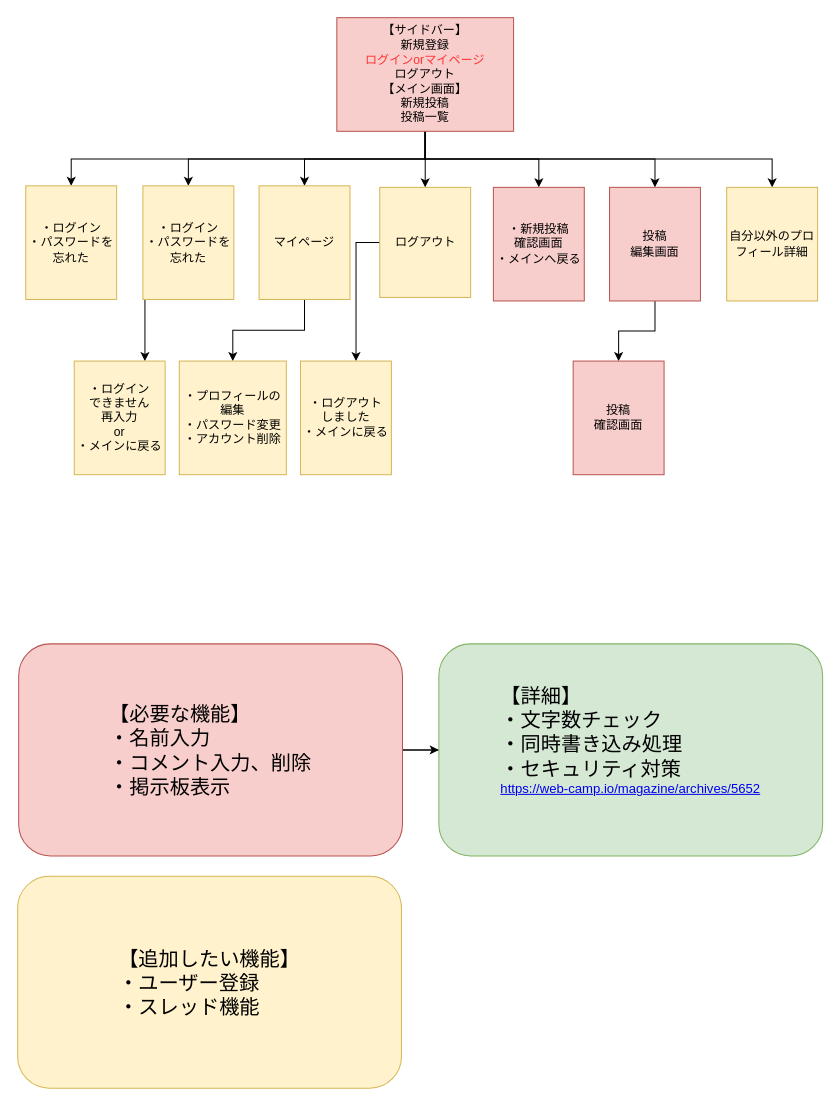
This is Untitled Diagram.drawio from miharu-kon/board, a draw.io file, before an edit. Source tidied: cells renumbered, new cells numbered last; positions are measured from the earlier drawing's top-left corner, leaving out a move shared by most shapes. Both pictures are drawn from the tidied source at 101%, with x=0, y=0 at pixel (17, 17).
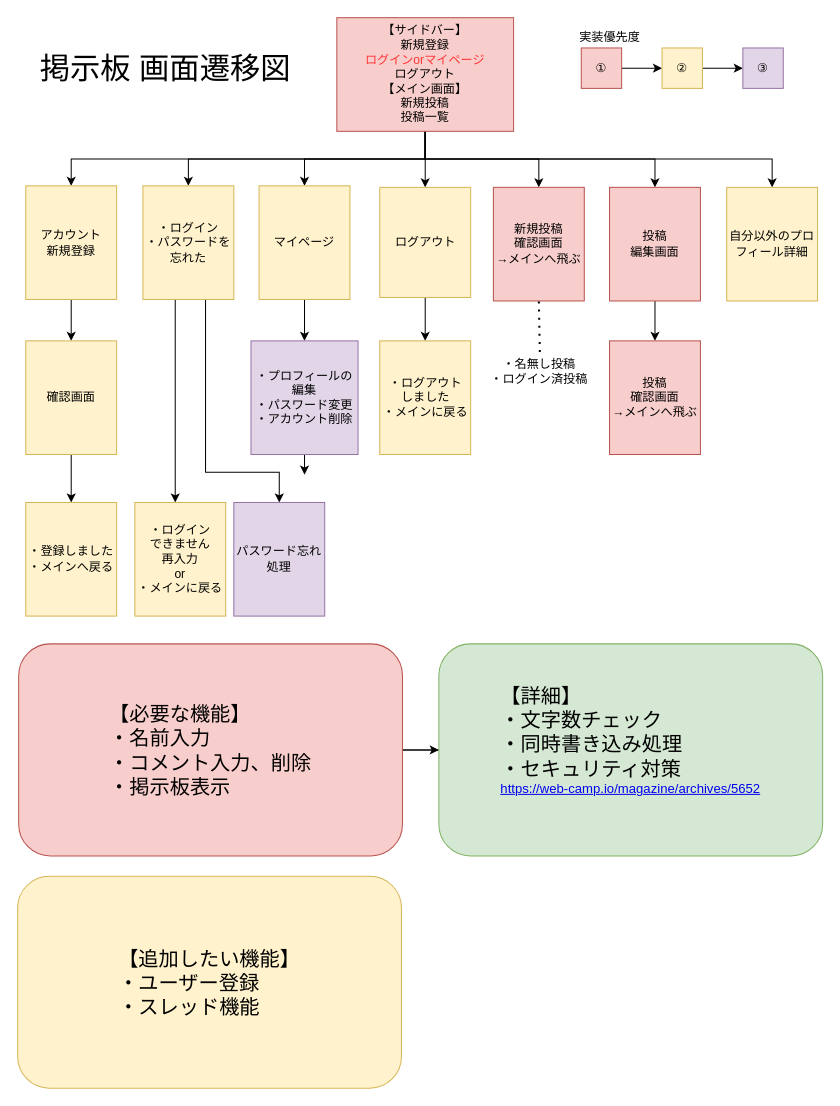
After the change.

Commit message:
ScreenTransition.drawio を更新します

The change refers to these unchanged cells:
```xml
<mxCell id="11" value="・ログイン&lt;br&gt;・パスワードを忘れた" style="whiteSpace=wrap;html=1;rounded=0;fillColor=#fff2cc;strokeColor=#d6b656;" parent="1" vertex="1">
  <mxGeometry x="124" y="166.5" width="90" height="112.5" as="geometry" />
</mxCell>
<mxCell id="16" value="ログアウト" style="rounded=0;whiteSpace=wrap;html=1;fillColor=#fff2cc;strokeColor=#d6b656;" parent="1" vertex="1">
  <mxGeometry x="358.5" y="168" width="90" height="109" as="geometry" />
</mxCell>
```

The edit, as a diff of the source:
```diff
@@
     <mxCell id="10" style="edgeStyle=orthogonalEdgeStyle;rounded=0;jettySize=auto;html=1;" parent="1" edge="1" source="11" target="12">
       <mxGeometry relative="1" as="geometry">
         <Array as="points">
-          <mxPoint x="126" y="310" />
-          <mxPoint x="126" y="310" />
+          <mxPoint x="156" y="380" />
+          <mxPoint x="156" y="380" />
         </Array>
       </mxGeometry>
     </mxCell>
+    <mxCell id="30" style="edgeStyle=orthogonalEdgeStyle;rounded=0;jettySize=auto;html=1;" parent="1" edge="1" source="11" target="38">
+      <mxGeometry relative="1" as="geometry">
+        <Array as="points">
+          <mxPoint x="186" y="450" />
+          <mxPoint x="259" y="450" />
+        </Array>
+      </mxGeometry>
+    </mxCell>
@@
     <mxCell id="12" value="・ログイン&lt;br&gt;できません&lt;br&gt;再入力&lt;br&gt;or&lt;br&gt;・メインに戻る" style="whiteSpace=wrap;html=1;rounded=0;fillColor=#fff2cc;strokeColor=#d6b656;" parent="1" vertex="1">
-      <mxGeometry x="56" y="340" width="90" height="112.5" as="geometry" />
+      <mxGeometry x="116" y="480" width="90" height="112.5" as="geometry" />
     </mxCell>
@@
     <mxCell id="15" style="edgeStyle=orthogonalEdgeStyle;rounded=0;jettySize=auto;html=1;" parent="1" edge="1" source="16" target="19">
       <mxGeometry relative="1" as="geometry">
         <Array as="points">
-          <mxPoint x="335" y="320" />
-          <mxPoint x="335" y="320" />
+          <mxPoint x="404" y="310" />
+          <mxPoint x="404" y="310" />
         </Array>
       </mxGeometry>
     </mxCell>
@@
+    <mxCell id="31" style="edgeStyle=orthogonalEdgeStyle;rounded=0;jettySize=auto;html=1;" parent="1" edge="1" source="18">
+      <mxGeometry relative="1" as="geometry">
+        <mxPoint x="284" y="453" as="targetPoint" />
+      </mxGeometry>
+    </mxCell>
-    <mxCell id="18" value="・プロフィールの編集&lt;br&gt;・パスワード変更&lt;br&gt;・アカウント削除" style="whiteSpace=wrap;html=1;rounded=0;fillColor=#fff2cc;strokeColor=#d6b656;" parent="1" vertex="1">
-      <mxGeometry x="160" y="340" width="106" height="112.5" as="geometry" />
+    <mxCell id="18" value="・プロフィールの編集&lt;br&gt;・パスワード変更&lt;br&gt;・アカウント削除" style="whiteSpace=wrap;html=1;rounded=0;fillColor=#e1d5e7;strokeColor=#9673a6;" parent="1" vertex="1">
+      <mxGeometry x="231" y="320" width="106" height="112.5" as="geometry" />
     </mxCell>
     <mxCell id="19" value="・ログアウト&lt;br&gt;しました&lt;br&gt;・メインに戻る" style="whiteSpace=wrap;html=1;rounded=0;fillColor=#fff2cc;strokeColor=#d6b656;" parent="1" vertex="1">
-      <mxGeometry x="280" y="340" width="90" height="112.5" as="geometry" />
+      <mxGeometry x="358.5" y="320" width="90" height="112.5" as="geometry" />
     </mxCell>
@@
-    <mxCell id="24" value="・新規投稿&lt;br&gt;確認画面&lt;br&gt;・メインへ戻る" style="rounded=0;whiteSpace=wrap;html=1;fillColor=#f8cecc;strokeColor=#b85450;" parent="1" vertex="1">
+    <mxCell id="24" value="新規投稿&lt;br&gt;確認画面&lt;br&gt;→メインへ飛ぶ" style="rounded=0;whiteSpace=wrap;html=1;fillColor=#f8cecc;strokeColor=#b85450;" parent="1" vertex="1">
       <mxGeometry x="471" y="168" width="90" height="112.5" as="geometry" />
     </mxCell>
@@
-    <mxCell id="27" value="投稿&lt;br&gt;確認画面" style="rounded=0;whiteSpace=wrap;html=1;fillColor=#f8cecc;strokeColor=#b85450;" parent="1" vertex="1">
-      <mxGeometry x="550" y="340" width="90" height="112.5" as="geometry" />
+    <mxCell id="27" value="投稿&lt;br&gt;確認画面&lt;br&gt;→メインへ飛ぶ" style="rounded=0;whiteSpace=wrap;html=1;fillColor=#f8cecc;strokeColor=#b85450;" parent="1" vertex="1">
+      <mxGeometry x="586" y="320" width="90" height="112.5" as="geometry" />
     </mxCell>
@@
+    <mxCell id="32" style="edgeStyle=orthogonalEdgeStyle;rounded=0;jettySize=auto;html=1;" parent="1" edge="1" source="29" target="34">
+      <mxGeometry relative="1" as="geometry" />
+    </mxCell>
-    <mxCell id="29" value="・ログイン&lt;br&gt;・パスワードを忘れた" style="whiteSpace=wrap;html=1;rounded=0;fillColor=#fff2cc;strokeColor=#d6b656;" parent="1" vertex="1">
+    <mxCell id="29" value="アカウント&lt;br&gt;新規登録" style="whiteSpace=wrap;html=1;rounded=0;fillColor=#fff2cc;strokeColor=#d6b656;" parent="1" vertex="1">
       <mxGeometry x="8" y="166.5" width="90" height="112.5" as="geometry" />
     </mxCell>
+    <mxCell id="33" style="edgeStyle=orthogonalEdgeStyle;rounded=0;jettySize=auto;html=1;" parent="1" edge="1" source="34" target="35">
+      <mxGeometry relative="1" as="geometry" />
+    </mxCell>
+    <mxCell id="34" value="確認画面" style="whiteSpace=wrap;html=1;rounded=0;fillColor=#fff2cc;strokeColor=#d6b656;" parent="1" vertex="1">
+      <mxGeometry x="8" y="320" width="90" height="112.5" as="geometry" />
+    </mxCell>
+    <mxCell id="35" value="・登録しました&lt;br&gt;・メインへ戻る" style="whiteSpace=wrap;html=1;rounded=0;fillColor=#fff2cc;strokeColor=#d6b656;" parent="1" vertex="1">
+      <mxGeometry x="8" y="480" width="90" height="112.5" as="geometry" />
+    </mxCell>
+    <mxCell id="36" value="・名無し投稿&lt;br&gt;・ログイン済投稿" style="text;html=1;align=center;verticalAlign=middle;points=[];strokeColor=none;" parent="1" vertex="1">
+      <mxGeometry x="461" y="335" width="110" height="30" as="geometry" />
+    </mxCell>
+    <mxCell id="37" style="endArrow=none;dashed=1;html=1;dashPattern=1 3;strokeWidth=2;entryX=0.5;entryY=1;entryDx=0;entryDy=0;exitX=0.509;exitY=-0.133;exitDx=0;exitDy=0;exitPerimeter=0;" parent="1" edge="1" source="36" target="24">
+      <mxGeometry relative="1" as="geometry" />
+    </mxCell>
+    <mxCell id="38" value="パスワード忘れ処理" style="whiteSpace=wrap;html=1;rounded=0;fillColor=#e1d5e7;strokeColor=#9673a6;" parent="1" vertex="1">
+      <mxGeometry x="214" y="480" width="90" height="112.5" as="geometry" />
+    </mxCell>
+    <mxCell id="39" style="edgeStyle=orthogonalEdgeStyle;rounded=0;jettySize=auto;html=1;" parent="1" edge="1" source="40" target="42">
+      <mxGeometry relative="1" as="geometry" />
+    </mxCell>
+    <mxCell id="40" value="①" style="rounded=0;whiteSpace=wrap;html=1;fillColor=#f8cecc;strokeColor=#b85450;" parent="1" vertex="1">
+      <mxGeometry x="558" y="30" width="40" height="40" as="geometry" />
+    </mxCell>
+    <mxCell id="41" style="edgeStyle=orthogonalEdgeStyle;rounded=0;jettySize=auto;html=1;" parent="1" edge="1" source="42" target="43">
+      <mxGeometry relative="1" as="geometry" />
+    </mxCell>
+    <mxCell id="42" value="②" style="rounded=0;whiteSpace=wrap;html=1;fillColor=#fff2cc;strokeColor=#d6b656;" parent="1" vertex="1">
+      <mxGeometry x="638" y="30" width="40" height="40" as="geometry" />
+    </mxCell>
+    <mxCell id="43" value="③" style="rounded=0;whiteSpace=wrap;html=1;fillColor=#e1d5e7;strokeColor=#9673a6;" parent="1" vertex="1">
+      <mxGeometry x="718" y="30" width="40" height="40" as="geometry" />
+    </mxCell>
+    <mxCell id="44" value="実装優先度" style="text;html=1;align=center;verticalAlign=middle;strokeColor=none;" parent="1" vertex="1">
+      <mxGeometry x="546" y="10" width="80" height="20" as="geometry" />
+    </mxCell>
+    <mxCell id="45" value="&lt;font style=&quot;font-size: 30px&quot;&gt;掲示板 画面遷移図&lt;/font&gt;" style="text;html=1;align=center;verticalAlign=middle;strokeColor=none;" parent="1" vertex="1">
+      <mxGeometry x="16" y="35" width="260" height="30" as="geometry" />
+    </mxCell>
```
